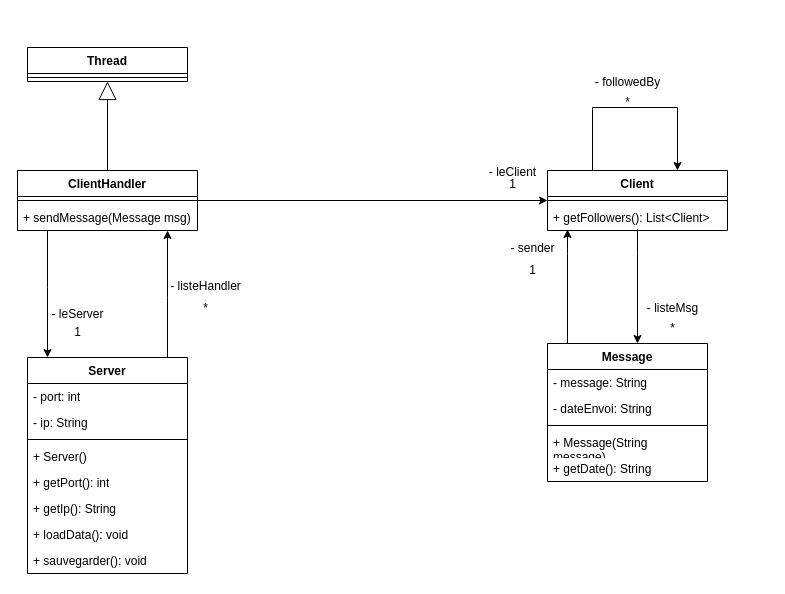
This is Diagramme sans nom.drawio from DorianLudm/TuitO, a draw.io file, before an edit. Source tidied: cells renumbered, new cells numbered last; positions are measured from the earlier drawing's top-left corner, leaving out a move shared by most shapes. Both pictures are drawn from the tidied source at 100%, with x=0, y=0 at pixel (17, 47).
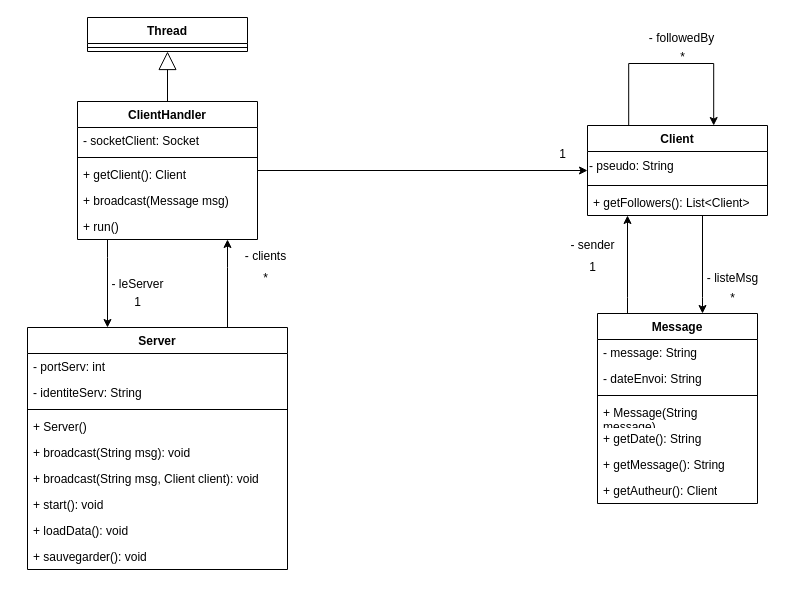
The same page after the edit.

Diff of the diagram source:
```diff
@@
     <mxCell id="2" style="edgeStyle=orthogonalEdgeStyle;rounded=0;jettySize=auto;html=1;" parent="1" edge="1" source="3" target="41">
       <mxGeometry relative="1" as="geometry">
         <Array as="points">
-          <mxPoint x="150" y="250" />
-          <mxPoint x="150" y="250" />
+          <mxPoint x="210" y="220" />
+          <mxPoint x="210" y="220" />
         </Array>
       </mxGeometry>
     </mxCell>
     <mxCell id="3" value="Server" style="swimlane;fontStyle=1;align=center;verticalAlign=top;horizontal=1;startSize=26;whiteSpace=wrap;html=1;" parent="1" vertex="1">
-      <mxGeometry x="10" y="310" width="160" height="216" as="geometry" />
+      <mxGeometry x="10" y="280" width="260" height="242" as="geometry" />
     </mxCell>
-    <mxCell id="4" value="- port: int" style="text;strokeColor=none;fillColor=none;align=left;verticalAlign=top;spacingLeft=4;spacingRight=4;overflow=hidden;whiteSpace=wrap;html=1;" parent="3" vertex="1">
-      <mxGeometry y="26" width="160" height="26" as="geometry" />
+    <mxCell id="4" value="- portServ: int" style="text;strokeColor=none;fillColor=none;align=left;verticalAlign=top;spacingLeft=4;spacingRight=4;overflow=hidden;whiteSpace=wrap;html=1;" parent="3" vertex="1">
+      <mxGeometry y="26" width="260" height="26" as="geometry" />
     </mxCell>
-    <mxCell id="5" value="- ip: String" style="text;strokeColor=none;fillColor=none;align=left;verticalAlign=top;spacingLeft=4;spacingRight=4;overflow=hidden;whiteSpace=wrap;html=1;" parent="3" vertex="1">
-      <mxGeometry y="52" width="160" height="26" as="geometry" />
+    <mxCell id="5" value="- identiteServ: String" style="text;strokeColor=none;fillColor=none;align=left;verticalAlign=top;spacingLeft=4;spacingRight=4;overflow=hidden;whiteSpace=wrap;html=1;" parent="3" vertex="1">
+      <mxGeometry y="52" width="260" height="26" as="geometry" />
     </mxCell>
     <mxCell id="6" style="line;strokeWidth=1;fillColor=none;align=left;verticalAlign=middle;spacingTop=-1;spacingLeft=3;spacingRight=3;labelPosition=right;strokeColor=inherit;" parent="3" vertex="1">
-      <mxGeometry y="78" width="160" height="8" as="geometry" />
+      <mxGeometry y="78" width="260" height="8" as="geometry" />
     </mxCell>
     <mxCell id="7" value="+ Server()" style="text;strokeColor=none;fillColor=none;align=left;verticalAlign=top;spacingLeft=4;spacingRight=4;overflow=hidden;whiteSpace=wrap;html=1;" parent="3" vertex="1">
-      <mxGeometry y="86" width="160" height="26" as="geometry" />
+      <mxGeometry y="86" width="260" height="26" as="geometry" />
     </mxCell>
-    <mxCell id="8" value="+ getPort(): int" style="text;strokeColor=none;fillColor=none;align=left;verticalAlign=top;spacingLeft=4;spacingRight=4;overflow=hidden;whiteSpace=wrap;html=1;" parent="3" vertex="1">
-      <mxGeometry y="112" width="160" height="26" as="geometry" />
+    <mxCell id="8" value="+ broadcast(String msg): void" style="text;strokeColor=none;fillColor=none;align=left;verticalAlign=top;spacingLeft=4;spacingRight=4;overflow=hidden;whiteSpace=wrap;html=1;" parent="3" vertex="1">
+      <mxGeometry y="112" width="260" height="26" as="geometry" />
     </mxCell>
+    <mxCell id="44" value="+ broadcast(String msg, Client client): void" style="text;strokeColor=none;fillColor=none;align=left;verticalAlign=top;spacingLeft=4;spacingRight=4;overflow=hidden;whiteSpace=wrap;html=1;" parent="3" vertex="1">
+      <mxGeometry y="138" width="260" height="26" as="geometry" />
+    </mxCell>
-    <mxCell id="9" value="+ getIp(): String" style="text;strokeColor=none;fillColor=none;align=left;verticalAlign=top;spacingLeft=4;spacingRight=4;overflow=hidden;whiteSpace=wrap;html=1;" parent="3" vertex="1">
-      <mxGeometry y="138" width="160" height="26" as="geometry" />
+    <mxCell id="9" value="+ start(): void" style="text;strokeColor=none;fillColor=none;align=left;verticalAlign=top;spacingLeft=4;spacingRight=4;overflow=hidden;whiteSpace=wrap;html=1;" parent="3" vertex="1">
+      <mxGeometry y="164" width="260" height="26" as="geometry" />
     </mxCell>
     <mxCell id="10" value="+ loadData(): void" style="text;strokeColor=none;fillColor=none;align=left;verticalAlign=top;spacingLeft=4;spacingRight=4;overflow=hidden;whiteSpace=wrap;html=1;" parent="3" vertex="1">
-      <mxGeometry y="164" width="160" height="26" as="geometry" />
+      <mxGeometry y="190" width="260" height="26" as="geometry" />
     </mxCell>
     <mxCell id="11" value="+ sauvegarder(): void" style="text;strokeColor=none;fillColor=none;align=left;verticalAlign=top;spacingLeft=4;spacingRight=4;overflow=hidden;whiteSpace=wrap;html=1;" parent="3" vertex="1">
-      <mxGeometry y="190" width="160" height="26" as="geometry" />
+      <mxGeometry y="216" width="260" height="26" as="geometry" />
     </mxCell>
@@
     <mxCell id="13" style="edgeStyle=orthogonalEdgeStyle;rounded=0;jettySize=auto;html=1;" parent="1" edge="1" source="41" target="3">
       <mxGeometry relative="1" as="geometry">
         <Array as="points">
-          <mxPoint x="30" y="240" />
-          <mxPoint x="30" y="240" />
+          <mxPoint x="90" y="210" />
+          <mxPoint x="90" y="210" />
         </Array>
       </mxGeometry>
     </mxCell>
-    <mxCell id="14" style="edgeStyle=orthogonalEdgeStyle;rounded=0;orthogonalLoop=1;jettySize=auto;html=1;entryX=0.75;entryY=0;entryDx=0;entryDy=0;" parent="1" edge="1">
-      <mxGeometry relative="1" as="geometry">
-        <mxPoint x="620" y="182" as="sourcePoint" />
-        <mxPoint x="620" y="296" as="targetPoint" />
-        <Array as="points">
-          <mxPoint x="620" y="206" />
-          <mxPoint x="620" y="206" />
-        </Array>
-      </mxGeometry>
-    </mxCell>
+    <mxCell id="45" style="edgeStyle=orthogonalEdgeStyle;rounded=0;orthogonalLoop=1;jettySize=auto;html=1;" parent="1" edge="1">
+      <mxGeometry relative="1" as="geometry">
+        <mxPoint x="685" y="168" as="sourcePoint" />
+        <mxPoint x="685" y="266" as="targetPoint" />
+        <Array as="points">
+          <mxPoint x="685" y="250" />
+          <mxPoint x="685" y="250" />
+        </Array>
+      </mxGeometry>
+    </mxCell>
     <mxCell id="15" value="Client" style="swimlane;fontStyle=1;align=center;verticalAlign=top;horizontal=1;startSize=26;whiteSpace=wrap;html=1;" parent="1" vertex="1">
-      <mxGeometry x="530" y="123" width="180" height="60" as="geometry" />
+      <mxGeometry x="570" y="78" width="180" height="90" as="geometry" />
     </mxCell>
+    <mxCell id="29" value="&lt;div align=&quot;left&quot;&gt;- pseudo: String&lt;/div&gt;" style="text;html=1;align=left;verticalAlign=middle;strokeColor=none;fillColor=none;" parent="15" vertex="1">
+      <mxGeometry y="26" width="180" height="30" as="geometry" />
+    </mxCell>
     <mxCell id="16" style="line;strokeWidth=1;fillColor=none;align=left;verticalAlign=middle;spacingTop=-1;spacingLeft=3;spacingRight=3;labelPosition=right;strokeColor=inherit;" parent="15" vertex="1">
-      <mxGeometry y="26" width="180" height="8" as="geometry" />
+      <mxGeometry y="56" width="180" height="8" as="geometry" />
     </mxCell>
     <mxCell id="17" value="+ getFollowers(): List&amp;lt;Client&amp;gt;" style="text;strokeColor=none;fillColor=none;align=left;verticalAlign=top;spacingLeft=4;spacingRight=4;overflow=hidden;whiteSpace=wrap;html=1;" parent="15" vertex="1">
-      <mxGeometry y="34" width="180" height="26" as="geometry" />
+      <mxGeometry y="64" width="180" height="26" as="geometry" />
     </mxCell>
-    <mxCell id="18" style="edgeStyle=orthogonalEdgeStyle;rounded=0;orthogonalLoop=1;jettySize=auto;html=1;" parent="1" edge="1">
-      <mxGeometry relative="1" as="geometry">
-        <mxPoint x="550" y="296" as="sourcePoint" />
-        <mxPoint x="550" y="182" as="targetPoint" />
-        <Array as="points">
-          <mxPoint x="550" y="206" />
-          <mxPoint x="550" y="206" />
-        </Array>
-      </mxGeometry>
-    </mxCell>
+    <mxCell id="46" style="edgeStyle=orthogonalEdgeStyle;rounded=0;orthogonalLoop=1;jettySize=auto;html=1;" parent="1" edge="1">
+      <mxGeometry relative="1" as="geometry">
+        <mxPoint x="610" y="266" as="sourcePoint" />
+        <mxPoint x="610" y="168" as="targetPoint" />
+        <Array as="points">
+          <mxPoint x="610" y="250" />
+          <mxPoint x="610" y="250" />
+        </Array>
+      </mxGeometry>
+    </mxCell>
     <mxCell id="19" value="Message" style="swimlane;fontStyle=1;align=center;verticalAlign=top;horizontal=1;startSize=26;whiteSpace=wrap;html=1;" parent="1" vertex="1">
-      <mxGeometry x="530" y="296" width="160" height="138" as="geometry" />
+      <mxGeometry x="580" y="266" width="160" height="190" as="geometry" />
     </mxCell>
@@
+    <mxCell id="47" value="+ getMessage(): String" style="text;strokeColor=none;fillColor=none;align=left;verticalAlign=top;spacingLeft=4;spacingRight=4;overflow=hidden;whiteSpace=wrap;html=1;" parent="19" vertex="1">
+      <mxGeometry y="138" width="160" height="26" as="geometry" />
+    </mxCell>
+    <mxCell id="48" value="+ getAutheur(): Client" style="text;strokeColor=none;fillColor=none;align=left;verticalAlign=top;spacingLeft=4;spacingRight=4;overflow=hidden;whiteSpace=wrap;html=1;" parent="19" vertex="1">
+      <mxGeometry y="164" width="160" height="26" as="geometry" />
+    </mxCell>
     <mxCell id="25" value="- sender" style="text;html=1;align=center;verticalAlign=middle;strokeColor=none;fillColor=none;" parent="1" vertex="1">
-      <mxGeometry x="480" y="186" width="70" height="30" as="geometry" />
+      <mxGeometry x="540" y="183" width="70" height="30" as="geometry" />
     </mxCell>
     <mxCell id="26" value="- listeMsg" style="text;html=1;align=center;verticalAlign=middle;strokeColor=none;fillColor=none;" parent="1" vertex="1">
-      <mxGeometry x="620" y="246" width="70" height="30" as="geometry" />
+      <mxGeometry x="680" y="216" width="70" height="30" as="geometry" />
     </mxCell>
     <mxCell id="27" value="*" style="text;html=1;align=center;verticalAlign=middle;strokeColor=none;fillColor=none;" parent="1" vertex="1">
-      <mxGeometry x="640" y="266" width="30" height="30" as="geometry" />
+      <mxGeometry x="700" y="236" width="30" height="30" as="geometry" />
     </mxCell>
     <mxCell id="28" value="1" style="text;html=1;align=center;verticalAlign=middle;strokeColor=none;fillColor=none;" parent="1" vertex="1">
-      <mxGeometry x="500" y="208" width="30" height="30" as="geometry" />
+      <mxGeometry x="560" y="205" width="30" height="30" as="geometry" />
     </mxCell>
-    <mxCell id="29" value="- leClient" style="text;html=1;align=center;verticalAlign=middle;strokeColor=none;fillColor=none;" parent="1" vertex="1">
-      <mxGeometry x="460" y="110" width="70" height="30" as="geometry" />
-    </mxCell>
     <mxCell id="30" value="1" style="text;html=1;align=center;verticalAlign=middle;strokeColor=none;fillColor=none;" parent="1" vertex="1">
-      <mxGeometry x="480" y="122" width="30" height="30" as="geometry" />
+      <mxGeometry x="530" y="92" width="30" height="30" as="geometry" />
     </mxCell>
-    <mxCell id="31" value="- listeHandler" style="text;html=1;align=center;verticalAlign=middle;strokeColor=none;fillColor=none;" parent="1" vertex="1">
-      <mxGeometry x="143" y="224" width="90" height="30" as="geometry" />
+    <mxCell id="31" value="- clients" style="text;html=1;align=center;verticalAlign=middle;strokeColor=none;fillColor=none;" parent="1" vertex="1">
+      <mxGeometry x="218" y="194" width="60" height="30" as="geometry" />
     </mxCell>
     <mxCell id="32" value="*" style="text;html=1;align=center;verticalAlign=middle;strokeColor=none;fillColor=none;" parent="1" vertex="1">
-      <mxGeometry x="173" y="246" width="30" height="30" as="geometry" />
+      <mxGeometry x="233" y="216" width="30" height="30" as="geometry" />
     </mxCell>
     <mxCell id="33" value="- leServer" style="text;html=1;align=center;verticalAlign=middle;strokeColor=none;fillColor=none;" parent="1" vertex="1">
-      <mxGeometry x="20" y="252" width="80" height="30" as="geometry" />
+      <mxGeometry x="80" y="222" width="80" height="30" as="geometry" />
     </mxCell>
     <mxCell id="34" value="1" style="text;html=1;align=center;verticalAlign=middle;strokeColor=none;fillColor=none;" parent="1" vertex="1">
-      <mxGeometry x="45" y="270" width="30" height="30" as="geometry" />
+      <mxGeometry x="105" y="240" width="30" height="30" as="geometry" />
     </mxCell>
     <mxCell id="35" value="Thread" style="swimlane;fontStyle=1;align=center;verticalAlign=top;horizontal=1;startSize=26;whiteSpace=wrap;html=1;" parent="1" vertex="1">
-      <mxGeometry x="10" width="160" height="34" as="geometry" />
+      <mxGeometry x="70" y="-30" width="160" height="34" as="geometry" />
     </mxCell>
@@
-    <mxCell id="38" style="edgeStyle=orthogonalEdgeStyle;rounded=0;orthogonalLoop=1;jettySize=auto;html=1;" parent="1" edge="1" source="15" target="15">
+    <mxCell id="38" style="edgeStyle=orthogonalEdgeStyle;rounded=0;orthogonalLoop=1;jettySize=auto;html=1;" parent="1" edge="1">
       <mxGeometry relative="1" as="geometry">
+        <mxPoint x="611.2" y="78" as="sourcePoint" />
+        <mxPoint x="696.2" y="78" as="targetPoint" />
         <Array as="points">
-          <mxPoint x="575" y="60" />
-          <mxPoint x="660" y="60" />
+          <mxPoint x="611.2" y="16" />
+          <mxPoint x="696.2" y="16" />
         </Array>
       </mxGeometry>
     </mxCell>
     <mxCell id="39" value="- followedBy" style="text;html=1;align=center;verticalAlign=middle;strokeColor=none;fillColor=none;" parent="1" vertex="1">
-      <mxGeometry x="565" y="20" width="90" height="30" as="geometry" />
+      <mxGeometry x="618.8" y="-24" width="90" height="30" as="geometry" />
     </mxCell>
     <mxCell id="40" value="*" style="text;html=1;align=center;verticalAlign=middle;strokeColor=none;fillColor=none;" parent="1" vertex="1">
-      <mxGeometry x="595" y="40" width="30" height="30" as="geometry" />
+      <mxGeometry x="650" y="-5" width="30" height="30" as="geometry" />
     </mxCell>
     <mxCell id="41" value="ClientHandler" style="swimlane;fontStyle=1;align=center;verticalAlign=top;horizontal=1;startSize=26;whiteSpace=wrap;html=1;" parent="1" vertex="1">
-      <mxGeometry y="123" width="180" height="60" as="geometry" />
+      <mxGeometry x="60" y="54" width="180" height="138" as="geometry" />
     </mxCell>
+    <mxCell id="49" value="- socketClient: Socket" style="text;strokeColor=none;fillColor=none;align=left;verticalAlign=top;spacingLeft=4;spacingRight=4;overflow=hidden;whiteSpace=wrap;html=1;" parent="41" vertex="1">
+      <mxGeometry y="26" width="180" height="26" as="geometry" />
+    </mxCell>
     <mxCell id="42" style="line;strokeWidth=1;fillColor=none;align=left;verticalAlign=middle;spacingTop=-1;spacingLeft=3;spacingRight=3;labelPosition=right;strokeColor=inherit;" parent="41" vertex="1">
-      <mxGeometry y="26" width="180" height="8" as="geometry" />
+      <mxGeometry y="52" width="180" height="8" as="geometry" />
     </mxCell>
-    <mxCell id="43" value="+ sendMessage(Message msg)" style="text;strokeColor=none;fillColor=none;align=left;verticalAlign=top;spacingLeft=4;spacingRight=4;overflow=hidden;whiteSpace=wrap;html=1;" parent="41" vertex="1">
-      <mxGeometry y="34" width="180" height="26" as="geometry" />
+    <mxCell id="43" value="+ getClient(): Client" style="text;strokeColor=none;fillColor=none;align=left;verticalAlign=top;spacingLeft=4;spacingRight=4;overflow=hidden;whiteSpace=wrap;html=1;" parent="41" vertex="1">
+      <mxGeometry y="60" width="180" height="26" as="geometry" />
     </mxCell>
+    <mxCell id="50" value="+ broadcast(Message msg)" style="text;strokeColor=none;fillColor=none;align=left;verticalAlign=top;spacingLeft=4;spacingRight=4;overflow=hidden;whiteSpace=wrap;html=1;" parent="41" vertex="1">
+      <mxGeometry y="86" width="180" height="26" as="geometry" />
+    </mxCell>
+    <mxCell id="51" value="+ run()" style="text;strokeColor=none;fillColor=none;align=left;verticalAlign=top;spacingLeft=4;spacingRight=4;overflow=hidden;whiteSpace=wrap;html=1;" parent="41" vertex="1">
+      <mxGeometry y="112" width="180" height="26" as="geometry" />
+    </mxCell>
```
